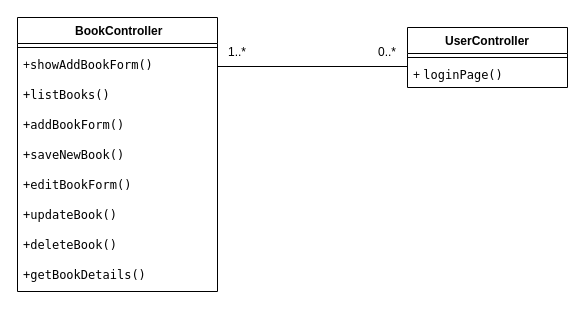
Above: クラス図.drawio in SuLeiMin/NewLibrarySystem (draw.io), before the change. Source tidied: cells renumbered, new cells numbered last; positions are measured from the earlier drawing's top-left corner, leaving out a move shared by most shapes. Both pictures are drawn from the tidied source at 100%, with x=0, y=0 at pixel (17, 17).
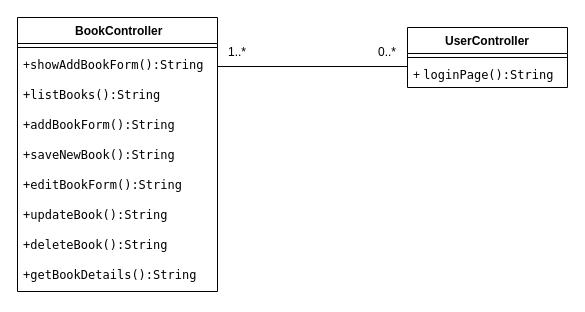
Above is the later version.

What changed in the source:
```diff
@@
 <mxGraphModel>
   <root>
     <mxCell id="0" />
     <mxCell id="1" parent="0" />
     <mxCell id="2" value="&amp;nbsp;BookController" style="swimlane;fontStyle=1;align=center;verticalAlign=top;horizontal=1;startSize=26;whiteSpace=wrap;html=1;" parent="1" vertex="1">
       <mxGeometry width="200" height="274" as="geometry" />
     </mxCell>
     <mxCell id="3" style="line;strokeWidth=1;fillColor=none;align=left;verticalAlign=middle;spacingTop=-1;spacingLeft=3;spacingRight=3;labelPosition=right;strokeColor=inherit;" parent="2" vertex="1">
       <mxGeometry y="26" width="200" height="8" as="geometry" />
     </mxCell>
-    <mxCell id="4" value="+&lt;font face=&quot;Menlo&quot;&gt;&lt;span&gt;showAddBookForm()&lt;/span&gt;&lt;/font&gt;" style="text;strokeColor=none;fillColor=none;align=left;verticalAlign=top;spacingLeft=4;spacingRight=4;overflow=hidden;points=[[0,0.5],[1,0.5]];portConstraint=eastwest;whiteSpace=wrap;html=1;fontStyle=0;" parent="2" vertex="1">
+    <mxCell id="4" value="+&lt;font face=&quot;Menlo&quot;&gt;&lt;span&gt;showAddBookForm():String&lt;/span&gt;&lt;/font&gt;" style="text;strokeColor=none;fillColor=none;align=left;verticalAlign=top;spacingLeft=4;spacingRight=4;overflow=hidden;points=[[0,0.5],[1,0.5]];portConstraint=eastwest;whiteSpace=wrap;html=1;fontStyle=0;" parent="2" vertex="1">
       <mxGeometry y="34" width="200" height="30" as="geometry" />
     </mxCell>
-    <mxCell id="5" value="&lt;p style=&quot;margin: 0px; font-variant-numeric: normal; font-variant-east-asian: normal; font-variant-alternates: normal; font-size-adjust: none; font-kerning: auto; font-optical-sizing: auto; font-feature-settings: normal; font-variation-settings: normal; font-variant-position: normal; font-variant-emoji: normal; font-stretch: normal; line-height: normal; font-family: Menlo;&quot; class=&quot;p1&quot;&gt;+listBooks()&lt;/p&gt;" style="text;strokeColor=none;fillColor=none;align=left;verticalAlign=top;spacingLeft=4;spacingRight=4;overflow=hidden;whiteSpace=wrap;html=1;" parent="2" vertex="1">
+    <mxCell id="5" value="&lt;p style=&quot;margin: 0px; font-variant-numeric: normal; font-variant-east-asian: normal; font-variant-alternates: normal; font-size-adjust: none; font-kerning: auto; font-optical-sizing: auto; font-feature-settings: normal; font-variation-settings: normal; font-variant-position: normal; font-variant-emoji: normal; font-stretch: normal; line-height: normal; font-family: Menlo;&quot; class=&quot;p1&quot;&gt;+listBooks()&lt;span style=&quot;background-color: transparent; color: light-dark(rgb(0, 0, 0), rgb(255, 255, 255));&quot;&gt;:String&lt;/span&gt;&lt;/p&gt;" style="text;strokeColor=none;fillColor=none;align=left;verticalAlign=top;spacingLeft=4;spacingRight=4;overflow=hidden;whiteSpace=wrap;html=1;" parent="2" vertex="1">
       <mxGeometry y="64" width="200" height="30" as="geometry" />
     </mxCell>
-    <mxCell id="6" value="&lt;p style=&quot;margin: 0px; font-variant-numeric: normal; font-variant-east-asian: normal; font-variant-alternates: normal; font-size-adjust: none; font-kerning: auto; font-optical-sizing: auto; font-feature-settings: normal; font-variation-settings: normal; font-variant-position: normal; font-variant-emoji: normal; font-stretch: normal; line-height: normal; font-family: Menlo;&quot; class=&quot;p1&quot;&gt;+&lt;span style=&quot;background-color: transparent; color: light-dark(rgb(0, 0, 0), rgb(255, 255, 255));&quot;&gt;addBookForm&lt;/span&gt;&lt;span style=&quot;background-color: transparent; color: light-dark(rgb(0, 0, 0), rgb(255, 255, 255));&quot;&gt;()&lt;/span&gt;&lt;/p&gt;" style="text;strokeColor=none;fillColor=none;align=left;verticalAlign=top;spacingLeft=4;spacingRight=4;overflow=hidden;whiteSpace=wrap;html=1;" parent="2" vertex="1">
+    <mxCell id="6" value="&lt;p style=&quot;margin: 0px; font-variant-numeric: normal; font-variant-east-asian: normal; font-variant-alternates: normal; font-size-adjust: none; font-kerning: auto; font-optical-sizing: auto; font-feature-settings: normal; font-variation-settings: normal; font-variant-position: normal; font-variant-emoji: normal; font-stretch: normal; line-height: normal; font-family: Menlo;&quot; class=&quot;p1&quot;&gt;+&lt;span style=&quot;background-color: transparent; color: light-dark(rgb(0, 0, 0), rgb(255, 255, 255));&quot;&gt;addBookForm&lt;/span&gt;&lt;span style=&quot;background-color: transparent; color: light-dark(rgb(0, 0, 0), rgb(255, 255, 255));&quot;&gt;()&lt;/span&gt;&lt;span style=&quot;background-color: transparent; color: light-dark(rgb(0, 0, 0), rgb(255, 255, 255));&quot;&gt;:String&lt;/span&gt;&lt;/p&gt;" style="text;strokeColor=none;fillColor=none;align=left;verticalAlign=top;spacingLeft=4;spacingRight=4;overflow=hidden;whiteSpace=wrap;html=1;" parent="2" vertex="1">
       <mxGeometry y="94" width="200" height="30" as="geometry" />
     </mxCell>
-    <mxCell id="7" value="&lt;p style=&quot;margin: 0px; font-variant-numeric: normal; font-variant-east-asian: normal; font-variant-alternates: normal; font-size-adjust: none; font-kerning: auto; font-optical-sizing: auto; font-feature-settings: normal; font-variation-settings: normal; font-variant-position: normal; font-variant-emoji: normal; font-stretch: normal; line-height: normal; font-family: Menlo;&quot; class=&quot;p1&quot;&gt;+&lt;span style=&quot;background-color: transparent; color: light-dark(rgb(0, 0, 0), rgb(255, 255, 255));&quot;&gt;saveNewBook&lt;/span&gt;&lt;span style=&quot;background-color: transparent; color: light-dark(rgb(0, 0, 0), rgb(255, 255, 255));&quot;&gt;()&lt;/span&gt;&lt;/p&gt;" style="text;strokeColor=none;fillColor=none;align=left;verticalAlign=top;spacingLeft=4;spacingRight=4;overflow=hidden;whiteSpace=wrap;html=1;" parent="2" vertex="1">
+    <mxCell id="7" value="&lt;p style=&quot;margin: 0px; font-variant-numeric: normal; font-variant-east-asian: normal; font-variant-alternates: normal; font-size-adjust: none; font-kerning: auto; font-optical-sizing: auto; font-feature-settings: normal; font-variation-settings: normal; font-variant-position: normal; font-variant-emoji: normal; font-stretch: normal; line-height: normal; font-family: Menlo;&quot; class=&quot;p1&quot;&gt;+&lt;span style=&quot;background-color: transparent; color: light-dark(rgb(0, 0, 0), rgb(255, 255, 255));&quot;&gt;saveNewBook&lt;/span&gt;&lt;span style=&quot;background-color: transparent; color: light-dark(rgb(0, 0, 0), rgb(255, 255, 255));&quot;&gt;()&lt;/span&gt;&lt;span style=&quot;background-color: transparent; color: light-dark(rgb(0, 0, 0), rgb(255, 255, 255));&quot;&gt;:String&lt;/span&gt;&lt;/p&gt;" style="text;strokeColor=none;fillColor=none;align=left;verticalAlign=top;spacingLeft=4;spacingRight=4;overflow=hidden;whiteSpace=wrap;html=1;" parent="2" vertex="1">
       <mxGeometry y="124" width="200" height="30" as="geometry" />
     </mxCell>
-    <mxCell id="8" value="&lt;p style=&quot;margin: 0px; font-variant-numeric: normal; font-variant-east-asian: normal; font-variant-alternates: normal; font-size-adjust: none; font-kerning: auto; font-optical-sizing: auto; font-feature-settings: normal; font-variation-settings: normal; font-variant-position: normal; font-variant-emoji: normal; font-stretch: normal; line-height: normal; font-family: Menlo;&quot; class=&quot;p1&quot;&gt;+&lt;span style=&quot;background-color: transparent; color: light-dark(rgb(0, 0, 0), rgb(255, 255, 255));&quot;&gt;editBookForm&lt;/span&gt;&lt;span style=&quot;background-color: transparent; color: light-dark(rgb(0, 0, 0), rgb(255, 255, 255));&quot;&gt;()&lt;/span&gt;&lt;/p&gt;" style="text;strokeColor=none;fillColor=none;align=left;verticalAlign=top;spacingLeft=4;spacingRight=4;overflow=hidden;whiteSpace=wrap;html=1;" parent="2" vertex="1">
+    <mxCell id="8" value="&lt;p style=&quot;margin: 0px; font-variant-numeric: normal; font-variant-east-asian: normal; font-variant-alternates: normal; font-size-adjust: none; font-kerning: auto; font-optical-sizing: auto; font-feature-settings: normal; font-variation-settings: normal; font-variant-position: normal; font-variant-emoji: normal; font-stretch: normal; line-height: normal; font-family: Menlo;&quot; class=&quot;p1&quot;&gt;+&lt;span style=&quot;background-color: transparent; color: light-dark(rgb(0, 0, 0), rgb(255, 255, 255));&quot;&gt;editBookForm&lt;/span&gt;&lt;span style=&quot;background-color: transparent; color: light-dark(rgb(0, 0, 0), rgb(255, 255, 255));&quot;&gt;()&lt;/span&gt;&lt;span style=&quot;background-color: transparent; color: light-dark(rgb(0, 0, 0), rgb(255, 255, 255));&quot;&gt;:String&lt;/span&gt;&lt;/p&gt;" style="text;strokeColor=none;fillColor=none;align=left;verticalAlign=top;spacingLeft=4;spacingRight=4;overflow=hidden;whiteSpace=wrap;html=1;" parent="2" vertex="1">
       <mxGeometry y="154" width="200" height="30" as="geometry" />
     </mxCell>
-    <mxCell id="9" value="&lt;p style=&quot;margin: 0px; font-variant-numeric: normal; font-variant-east-asian: normal; font-variant-alternates: normal; font-size-adjust: none; font-kerning: auto; font-optical-sizing: auto; font-feature-settings: normal; font-variation-settings: normal; font-variant-position: normal; font-variant-emoji: normal; font-stretch: normal; line-height: normal; font-family: Menlo;&quot; class=&quot;p1&quot;&gt;+&lt;span style=&quot;background-color: transparent; color: light-dark(rgb(0, 0, 0), rgb(255, 255, 255));&quot;&gt;updateBook&lt;/span&gt;&lt;span style=&quot;background-color: transparent; color: light-dark(rgb(0, 0, 0), rgb(255, 255, 255));&quot;&gt;()&lt;/span&gt;&lt;/p&gt;" style="text;strokeColor=none;fillColor=none;align=left;verticalAlign=top;spacingLeft=4;spacingRight=4;overflow=hidden;whiteSpace=wrap;html=1;" parent="2" vertex="1">
+    <mxCell id="9" value="&lt;p style=&quot;margin: 0px; font-variant-numeric: normal; font-variant-east-asian: normal; font-variant-alternates: normal; font-size-adjust: none; font-kerning: auto; font-optical-sizing: auto; font-feature-settings: normal; font-variation-settings: normal; font-variant-position: normal; font-variant-emoji: normal; font-stretch: normal; line-height: normal; font-family: Menlo;&quot; class=&quot;p1&quot;&gt;+&lt;span style=&quot;background-color: transparent; color: light-dark(rgb(0, 0, 0), rgb(255, 255, 255));&quot;&gt;updateBook&lt;/span&gt;&lt;span style=&quot;background-color: transparent; color: light-dark(rgb(0, 0, 0), rgb(255, 255, 255));&quot;&gt;()&lt;/span&gt;&lt;span style=&quot;background-color: transparent; color: light-dark(rgb(0, 0, 0), rgb(255, 255, 255));&quot;&gt;:String&lt;/span&gt;&lt;/p&gt;" style="text;strokeColor=none;fillColor=none;align=left;verticalAlign=top;spacingLeft=4;spacingRight=4;overflow=hidden;whiteSpace=wrap;html=1;" parent="2" vertex="1">
       <mxGeometry y="184" width="200" height="30" as="geometry" />
     </mxCell>
-    <mxCell id="10" value="&lt;p style=&quot;margin: 0px; font-variant-numeric: normal; font-variant-east-asian: normal; font-variant-alternates: normal; font-size-adjust: none; font-kerning: auto; font-optical-sizing: auto; font-feature-settings: normal; font-variation-settings: normal; font-variant-position: normal; font-variant-emoji: normal; font-stretch: normal; line-height: normal; font-family: Menlo;&quot; class=&quot;p1&quot;&gt;+&lt;span style=&quot;background-color: transparent; color: light-dark(rgb(0, 0, 0), rgb(255, 255, 255));&quot;&gt;deleteBook&lt;/span&gt;&lt;span style=&quot;background-color: transparent; color: light-dark(rgb(0, 0, 0), rgb(255, 255, 255));&quot;&gt;()&lt;/span&gt;&lt;/p&gt;" style="text;strokeColor=none;fillColor=none;align=left;verticalAlign=top;spacingLeft=4;spacingRight=4;overflow=hidden;whiteSpace=wrap;html=1;" parent="2" vertex="1">
+    <mxCell id="10" value="&lt;p style=&quot;margin: 0px; font-variant-numeric: normal; font-variant-east-asian: normal; font-variant-alternates: normal; font-size-adjust: none; font-kerning: auto; font-optical-sizing: auto; font-feature-settings: normal; font-variation-settings: normal; font-variant-position: normal; font-variant-emoji: normal; font-stretch: normal; line-height: normal; font-family: Menlo;&quot; class=&quot;p1&quot;&gt;+&lt;span style=&quot;background-color: transparent; color: light-dark(rgb(0, 0, 0), rgb(255, 255, 255));&quot;&gt;deleteBook&lt;/span&gt;&lt;span style=&quot;background-color: transparent; color: light-dark(rgb(0, 0, 0), rgb(255, 255, 255));&quot;&gt;()&lt;/span&gt;&lt;span style=&quot;background-color: transparent; color: light-dark(rgb(0, 0, 0), rgb(255, 255, 255));&quot;&gt;:String&lt;/span&gt;&lt;/p&gt;" style="text;strokeColor=none;fillColor=none;align=left;verticalAlign=top;spacingLeft=4;spacingRight=4;overflow=hidden;whiteSpace=wrap;html=1;" parent="2" vertex="1">
       <mxGeometry y="214" width="200" height="30" as="geometry" />
     </mxCell>
-    <mxCell id="11" value="&lt;p style=&quot;margin: 0px; font-variant-numeric: normal; font-variant-east-asian: normal; font-variant-alternates: normal; font-size-adjust: none; font-kerning: auto; font-optical-sizing: auto; font-feature-settings: normal; font-variation-settings: normal; font-variant-position: normal; font-variant-emoji: normal; font-stretch: normal; line-height: normal; font-family: Menlo;&quot; class=&quot;p1&quot;&gt;+&lt;span style=&quot;background-color: transparent; color: light-dark(rgb(0, 0, 0), rgb(255, 255, 255));&quot;&gt;getBookDetails&lt;/span&gt;&lt;span style=&quot;background-color: transparent; color: light-dark(rgb(0, 0, 0), rgb(255, 255, 255));&quot;&gt;()&lt;/span&gt;&lt;/p&gt;" style="text;strokeColor=none;fillColor=none;align=left;verticalAlign=top;spacingLeft=4;spacingRight=4;overflow=hidden;whiteSpace=wrap;html=1;" parent="2" vertex="1">
+    <mxCell id="11" value="&lt;p style=&quot;margin: 0px; font-variant-numeric: normal; font-variant-east-asian: normal; font-variant-alternates: normal; font-size-adjust: none; font-kerning: auto; font-optical-sizing: auto; font-feature-settings: normal; font-variation-settings: normal; font-variant-position: normal; font-variant-emoji: normal; font-stretch: normal; line-height: normal; font-family: Menlo;&quot; class=&quot;p1&quot;&gt;+&lt;span style=&quot;background-color: transparent; color: light-dark(rgb(0, 0, 0), rgb(255, 255, 255));&quot;&gt;getBookDetails&lt;/span&gt;&lt;span style=&quot;background-color: transparent; color: light-dark(rgb(0, 0, 0), rgb(255, 255, 255));&quot;&gt;()&lt;/span&gt;&lt;span style=&quot;background-color: transparent; color: light-dark(rgb(0, 0, 0), rgb(255, 255, 255));&quot;&gt;:String&lt;/span&gt;&lt;/p&gt;" style="text;strokeColor=none;fillColor=none;align=left;verticalAlign=top;spacingLeft=4;spacingRight=4;overflow=hidden;whiteSpace=wrap;html=1;" parent="2" vertex="1">
       <mxGeometry y="244" width="200" height="30" as="geometry" />
     </mxCell>
     <mxCell id="12" value="UserController" style="swimlane;fontStyle=1;align=center;verticalAlign=top;horizontal=1;startSize=26;whiteSpace=wrap;html=1;" parent="1" vertex="1">
       <mxGeometry x="390" y="10" width="160" height="60" as="geometry" />
     </mxCell>
     <mxCell id="13" style="line;strokeWidth=1;fillColor=none;align=left;verticalAlign=middle;spacingTop=-1;spacingLeft=3;spacingRight=3;labelPosition=right;strokeColor=inherit;" parent="12" vertex="1">
       <mxGeometry y="26" width="160" height="8" as="geometry" />
     </mxCell>
-    <mxCell id="14" value="+&amp;nbsp;&lt;span style=&quot;font-family: Menlo; background-color: transparent; color: light-dark(rgb(0, 0, 0), rgb(255, 255, 255));&quot;&gt;loginPage()&lt;/span&gt;" style="text;strokeColor=none;fillColor=none;align=left;verticalAlign=top;spacingLeft=4;spacingRight=4;overflow=hidden;points=[[0,0.5],[1,0.5]];portConstraint=eastwest;whiteSpace=wrap;html=1;" parent="12" vertex="1">
+    <mxCell id="14" value="+&amp;nbsp;&lt;span style=&quot;font-family: Menlo; background-color: transparent; color: light-dark(rgb(0, 0, 0), rgb(255, 255, 255));&quot;&gt;loginPage()&lt;/span&gt;&lt;span style=&quot;font-family: Menlo;&quot;&gt;:String&lt;/span&gt;" style="text;strokeColor=none;fillColor=none;align=left;verticalAlign=top;spacingLeft=4;spacingRight=4;overflow=hidden;points=[[0,0.5],[1,0.5]];portConstraint=eastwest;whiteSpace=wrap;html=1;" parent="12" vertex="1">
       <mxGeometry y="34" width="160" height="26" as="geometry" />
     </mxCell>
     <mxCell id="15" style="edgeStyle=orthogonalEdgeStyle;rounded=0;jettySize=auto;html=1;exitX=1;exitY=0.5;exitDx=0;exitDy=0;entryX=0;entryY=0.5;entryDx=0;entryDy=0;endArrow=none;startFill=0;" parent="1" edge="1" source="4" target="14">
       <mxGeometry relative="1" as="geometry">
         <Array as="points">
           <mxPoint x="390" y="49" />
         </Array>
       </mxGeometry>
     </mxCell>
     <mxCell id="16" value="1..*" style="text;html=1;align=center;verticalAlign=middle;whiteSpace=wrap;rounded=0;" parent="1" vertex="1">
       <mxGeometry x="190" y="20" width="60" height="30" as="geometry" />
     </mxCell>
     <mxCell id="17" value="0..*" style="text;html=1;align=center;verticalAlign=middle;whiteSpace=wrap;rounded=0;" parent="1" vertex="1">
       <mxGeometry x="340" y="20" width="60" height="30" as="geometry" />
     </mxCell>
   </root>
 </mxGraphModel>
```
